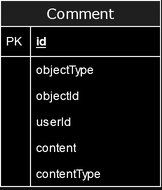
This is docs/04-architecture/imgs/db.png from crowdproj/crowdproj-comments, a draw.io export, as it was before one commit. Source tidied: cells renumbered, new cells last; positions are measured from the earlier drawing's top-left corner, leaving out a move shared by most shapes. The source it was exported from:
```xml
<mxGraphModel>
  <root>
    <mxCell id="0" />
    <mxCell id="1" parent="0" />
    <mxCell id="2" value="Comment" style="swimlane;html=1;fontStyle=0;horizontal=1;startSize=26;fillColor=#e0e0e0;swimlaneFillColor=#ffffff;align=center;rounded=0;shadow=0;comic=0;labelBackgroundColor=none;strokeWidth=1;fontFamily=Verdana;fontSize=14;swimlaneLine=1;" parent="1" vertex="1">
      <mxGeometry width="160" height="186" as="geometry" />
    </mxCell>
    <mxCell id="3" value="id" style="shape=partialRectangle;top=0;left=0;right=0;bottom=1;html=1;align=left;verticalAlign=middle;fillColor=none;spacingLeft=34;spacingRight=4;whiteSpace=wrap;overflow=hidden;fontStyle=5;" parent="2" vertex="1">
      <mxGeometry y="26" width="160" height="30" as="geometry" />
    </mxCell>
    <mxCell id="4" value="PK" style="shape=partialRectangle;top=0;left=0;bottom=0;html=1;fillColor=none;align=left;verticalAlign=middle;spacingLeft=4;spacingRight=4;whiteSpace=wrap;overflow=hidden;" parent="3" vertex="1">
      <mxGeometry width="30" height="30" as="geometry" />
    </mxCell>
    <mxCell id="5" value="objectType" style="shape=partialRectangle;top=0;left=0;right=0;bottom=0;html=1;align=left;verticalAlign=top;fillColor=none;spacingLeft=34;spacingRight=4;whiteSpace=wrap;overflow=hidden;" parent="2" vertex="1">
      <mxGeometry y="56" width="160" height="26" as="geometry" />
    </mxCell>
    <mxCell id="6" style="shape=partialRectangle;top=0;left=0;bottom=0;html=1;fillColor=none;align=left;verticalAlign=top;spacingLeft=4;spacingRight=4;whiteSpace=wrap;overflow=hidden;" parent="5" vertex="1">
      <mxGeometry width="30" height="26" as="geometry" />
    </mxCell>
    <mxCell id="7" value="objectId" style="shape=partialRectangle;top=0;left=0;right=0;bottom=0;html=1;align=left;verticalAlign=top;fillColor=none;spacingLeft=34;spacingRight=4;whiteSpace=wrap;overflow=hidden;" parent="2" vertex="1">
      <mxGeometry y="82" width="160" height="26" as="geometry" />
    </mxCell>
    <mxCell id="8" style="shape=partialRectangle;top=0;left=0;bottom=0;html=1;fillColor=none;align=left;verticalAlign=top;spacingLeft=4;spacingRight=4;whiteSpace=wrap;overflow=hidden;" parent="7" vertex="1">
      <mxGeometry width="30" height="26" as="geometry" />
    </mxCell>
    <mxCell id="9" value="userId" style="shape=partialRectangle;top=0;left=0;right=0;bottom=0;html=1;align=left;verticalAlign=top;fillColor=none;spacingLeft=34;spacingRight=4;whiteSpace=wrap;overflow=hidden;" parent="2" vertex="1">
      <mxGeometry y="108" width="160" height="26" as="geometry" />
    </mxCell>
    <mxCell id="10" style="shape=partialRectangle;top=0;left=0;bottom=0;html=1;fillColor=none;align=left;verticalAlign=top;spacingLeft=4;spacingRight=4;whiteSpace=wrap;overflow=hidden;" parent="9" vertex="1">
      <mxGeometry width="30" height="26" as="geometry" />
    </mxCell>
    <mxCell id="11" value="content" style="shape=partialRectangle;top=0;left=0;right=0;bottom=0;html=1;align=left;verticalAlign=top;fillColor=none;spacingLeft=34;spacingRight=4;whiteSpace=wrap;overflow=hidden;" parent="2" vertex="1">
      <mxGeometry y="134" width="160" height="26" as="geometry" />
    </mxCell>
    <mxCell id="12" style="shape=partialRectangle;top=0;left=0;bottom=0;html=1;fillColor=none;align=left;verticalAlign=top;spacingLeft=4;spacingRight=4;whiteSpace=wrap;overflow=hidden;" parent="11" vertex="1">
      <mxGeometry width="30" height="26" as="geometry" />
    </mxCell>
    <mxCell id="13" value="contentType" style="shape=partialRectangle;top=0;left=0;right=0;bottom=0;html=1;align=left;verticalAlign=top;fillColor=none;spacingLeft=34;spacingRight=4;whiteSpace=wrap;overflow=hidden;" parent="2" vertex="1">
      <mxGeometry y="160" width="160" height="26" as="geometry" />
    </mxCell>
    <mxCell id="14" style="shape=partialRectangle;top=0;left=0;bottom=0;html=1;fillColor=none;align=left;verticalAlign=top;spacingLeft=4;spacingRight=4;whiteSpace=wrap;overflow=hidden;" parent="13" vertex="1">
      <mxGeometry width="30" height="26" as="geometry" />
    </mxCell>
  </root>
</mxGraphModel>
```
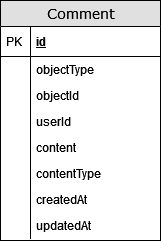
The same diagram one commit later.

What changed in the source:
```diff
@@ -3,7 +3,7 @@
     <mxCell id="0" />
     <mxCell id="1" parent="0" />
     <mxCell id="2" value="Comment" style="swimlane;html=1;fontStyle=0;horizontal=1;startSize=26;fillColor=#e0e0e0;swimlaneFillColor=#ffffff;align=center;rounded=0;shadow=0;comic=0;labelBackgroundColor=none;strokeWidth=1;fontFamily=Verdana;fontSize=14;swimlaneLine=1;" parent="1" vertex="1">
-      <mxGeometry width="160" height="186" as="geometry" />
+      <mxGeometry width="160" height="240" as="geometry" />
     </mxCell>
     <mxCell id="3" value="id" style="shape=partialRectangle;top=0;left=0;right=0;bottom=1;html=1;align=left;verticalAlign=middle;fillColor=none;spacingLeft=34;spacingRight=4;whiteSpace=wrap;overflow=hidden;fontStyle=5;" parent="2" vertex="1">
       <mxGeometry y="26" width="160" height="30" as="geometry" />
@@ -41,5 +41,17 @@
     <mxCell id="14" style="shape=partialRectangle;top=0;left=0;bottom=0;html=1;fillColor=none;align=left;verticalAlign=top;spacingLeft=4;spacingRight=4;whiteSpace=wrap;overflow=hidden;" parent="13" vertex="1">
       <mxGeometry width="30" height="26" as="geometry" />
     </mxCell>
+    <mxCell id="15" value="createdAt" style="shape=partialRectangle;top=0;left=0;right=0;bottom=0;html=1;align=left;verticalAlign=top;fillColor=none;spacingLeft=34;spacingRight=4;whiteSpace=wrap;overflow=hidden;" parent="2" vertex="1">
+      <mxGeometry y="186" width="160" height="26" as="geometry" />
+    </mxCell>
+    <mxCell id="16" style="shape=partialRectangle;top=0;left=0;bottom=0;html=1;fillColor=none;align=left;verticalAlign=top;spacingLeft=4;spacingRight=4;whiteSpace=wrap;overflow=hidden;" parent="15" vertex="1">
+      <mxGeometry width="30" height="26" as="geometry" />
+    </mxCell>
+    <mxCell id="17" value="updatedAt" style="shape=partialRectangle;top=0;left=0;right=0;bottom=0;html=1;align=left;verticalAlign=top;fillColor=none;spacingLeft=34;spacingRight=4;whiteSpace=wrap;overflow=hidden;" parent="2" vertex="1">
+      <mxGeometry y="212" width="160" height="26" as="geometry" />
+    </mxCell>
+    <mxCell id="18" style="shape=partialRectangle;top=0;left=0;bottom=0;html=1;fillColor=none;align=left;verticalAlign=top;spacingLeft=4;spacingRight=4;whiteSpace=wrap;overflow=hidden;" parent="17" vertex="1">
+      <mxGeometry width="30" height="26" as="geometry" />
+    </mxCell>
   </root>
 </mxGraphModel>
```
